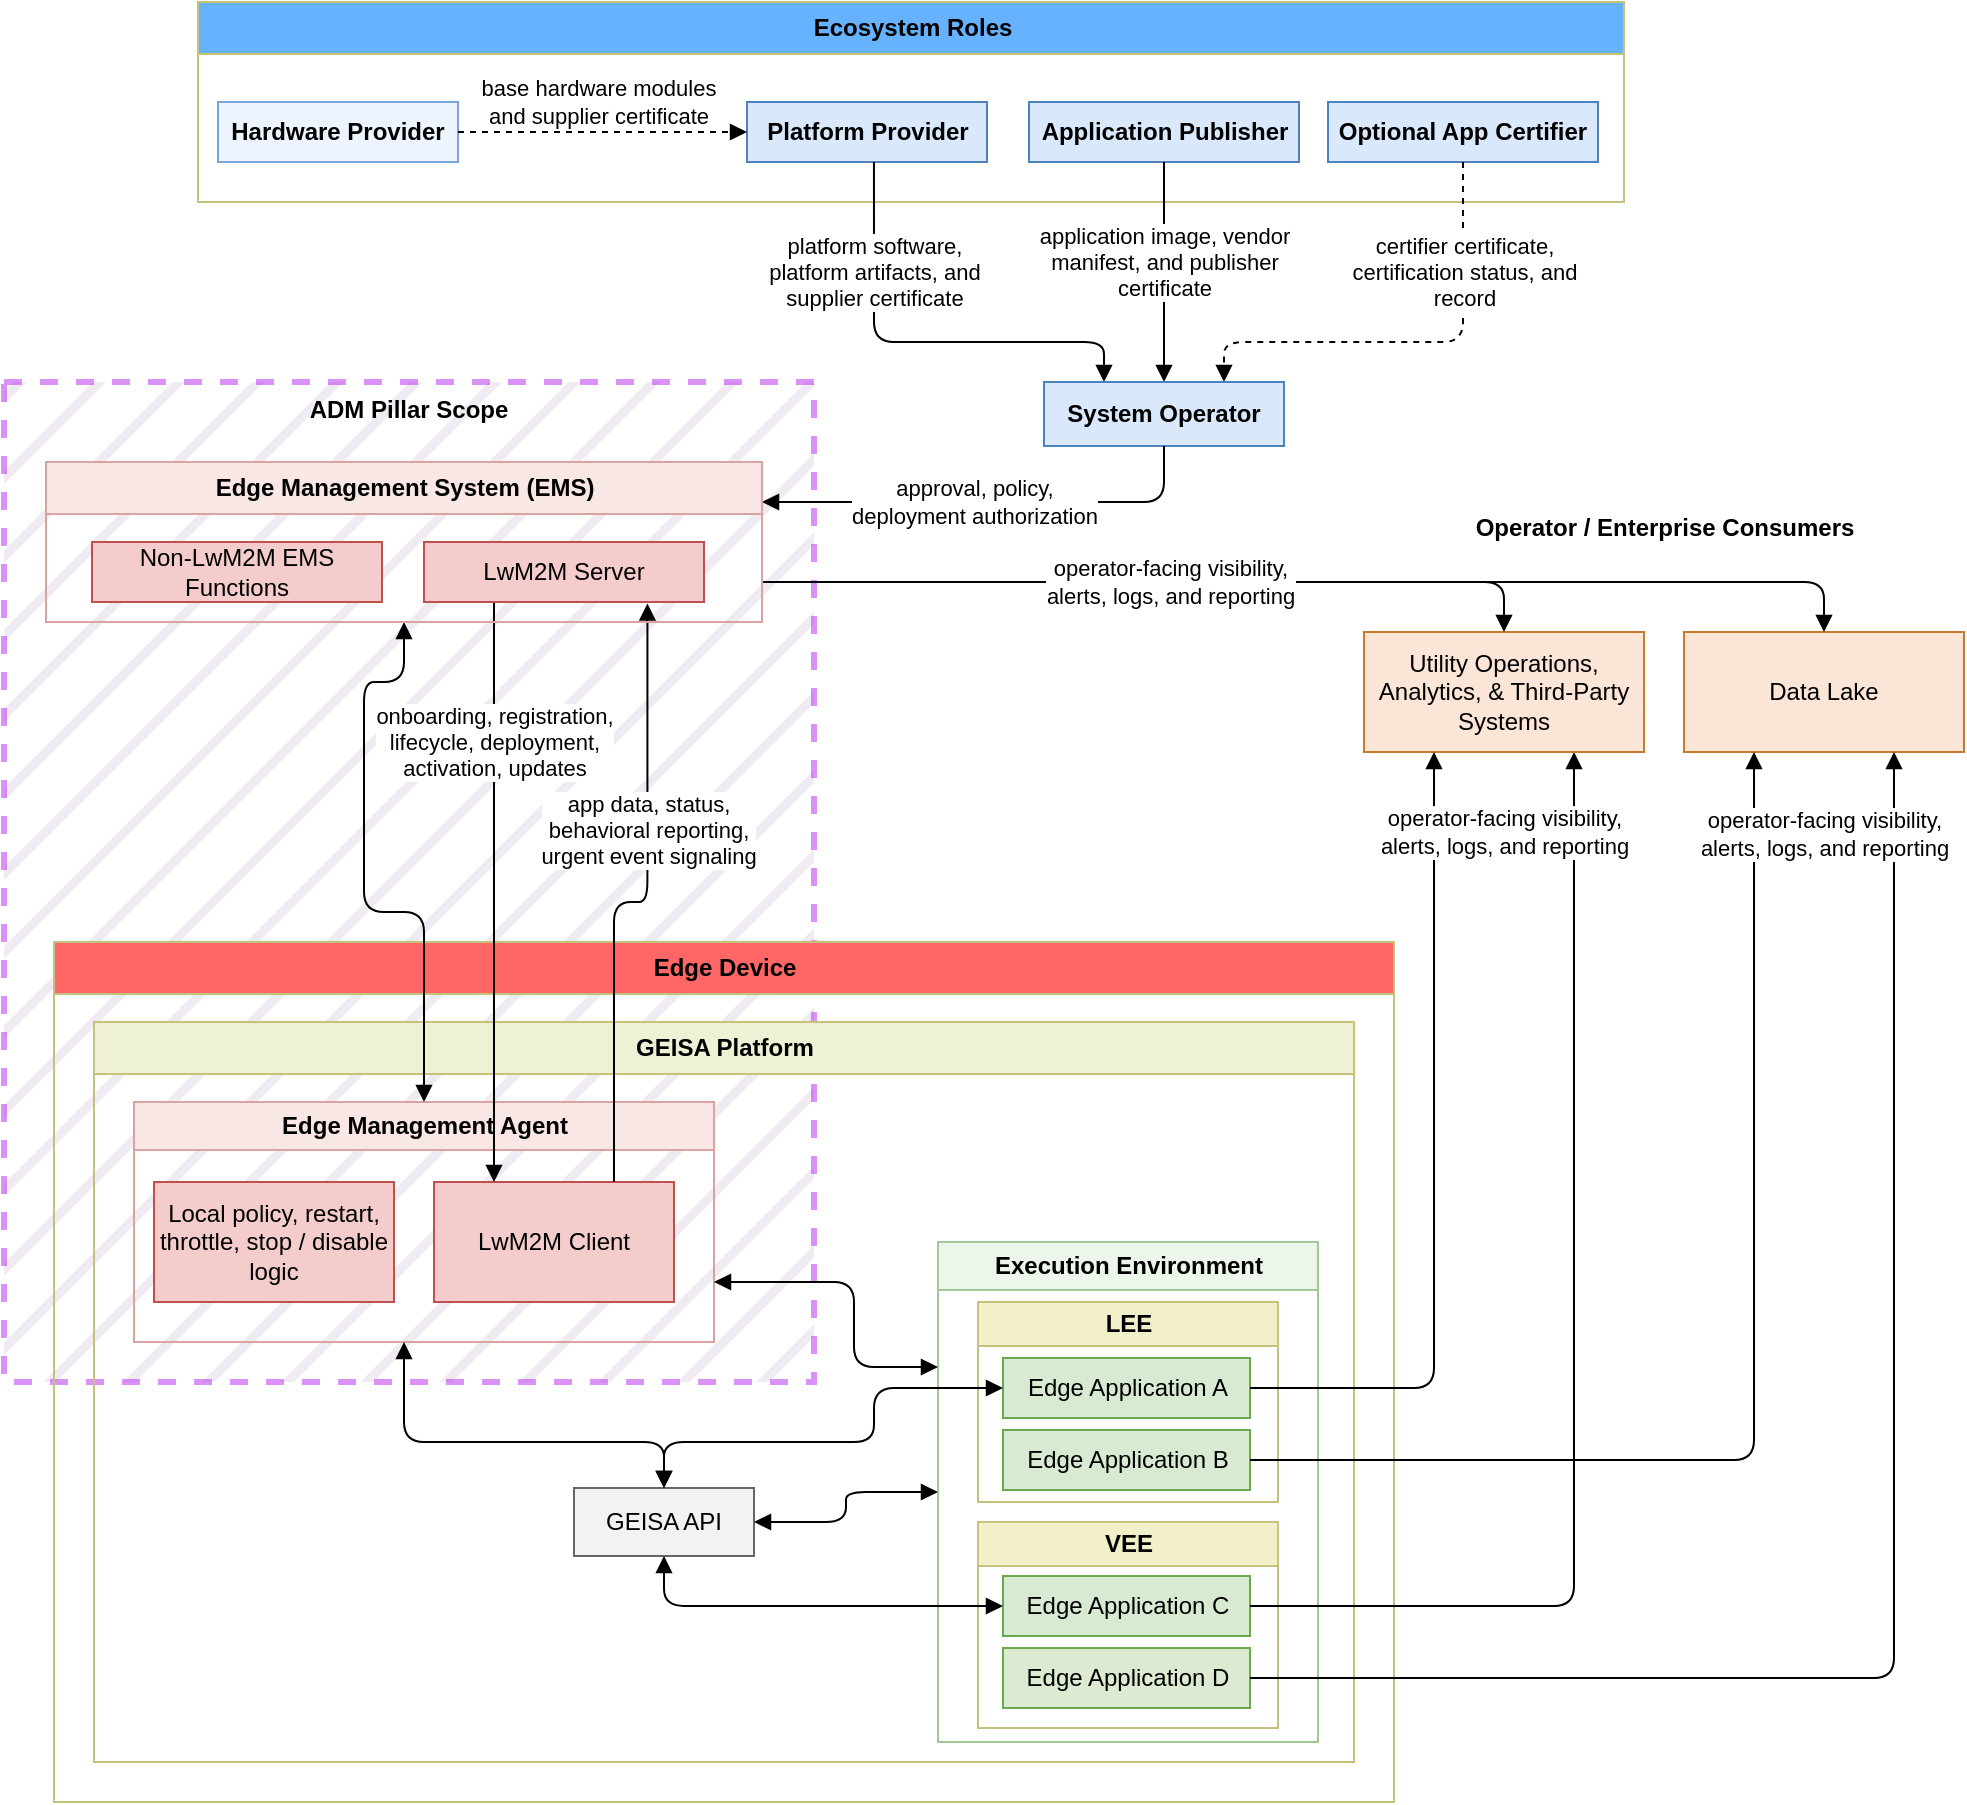
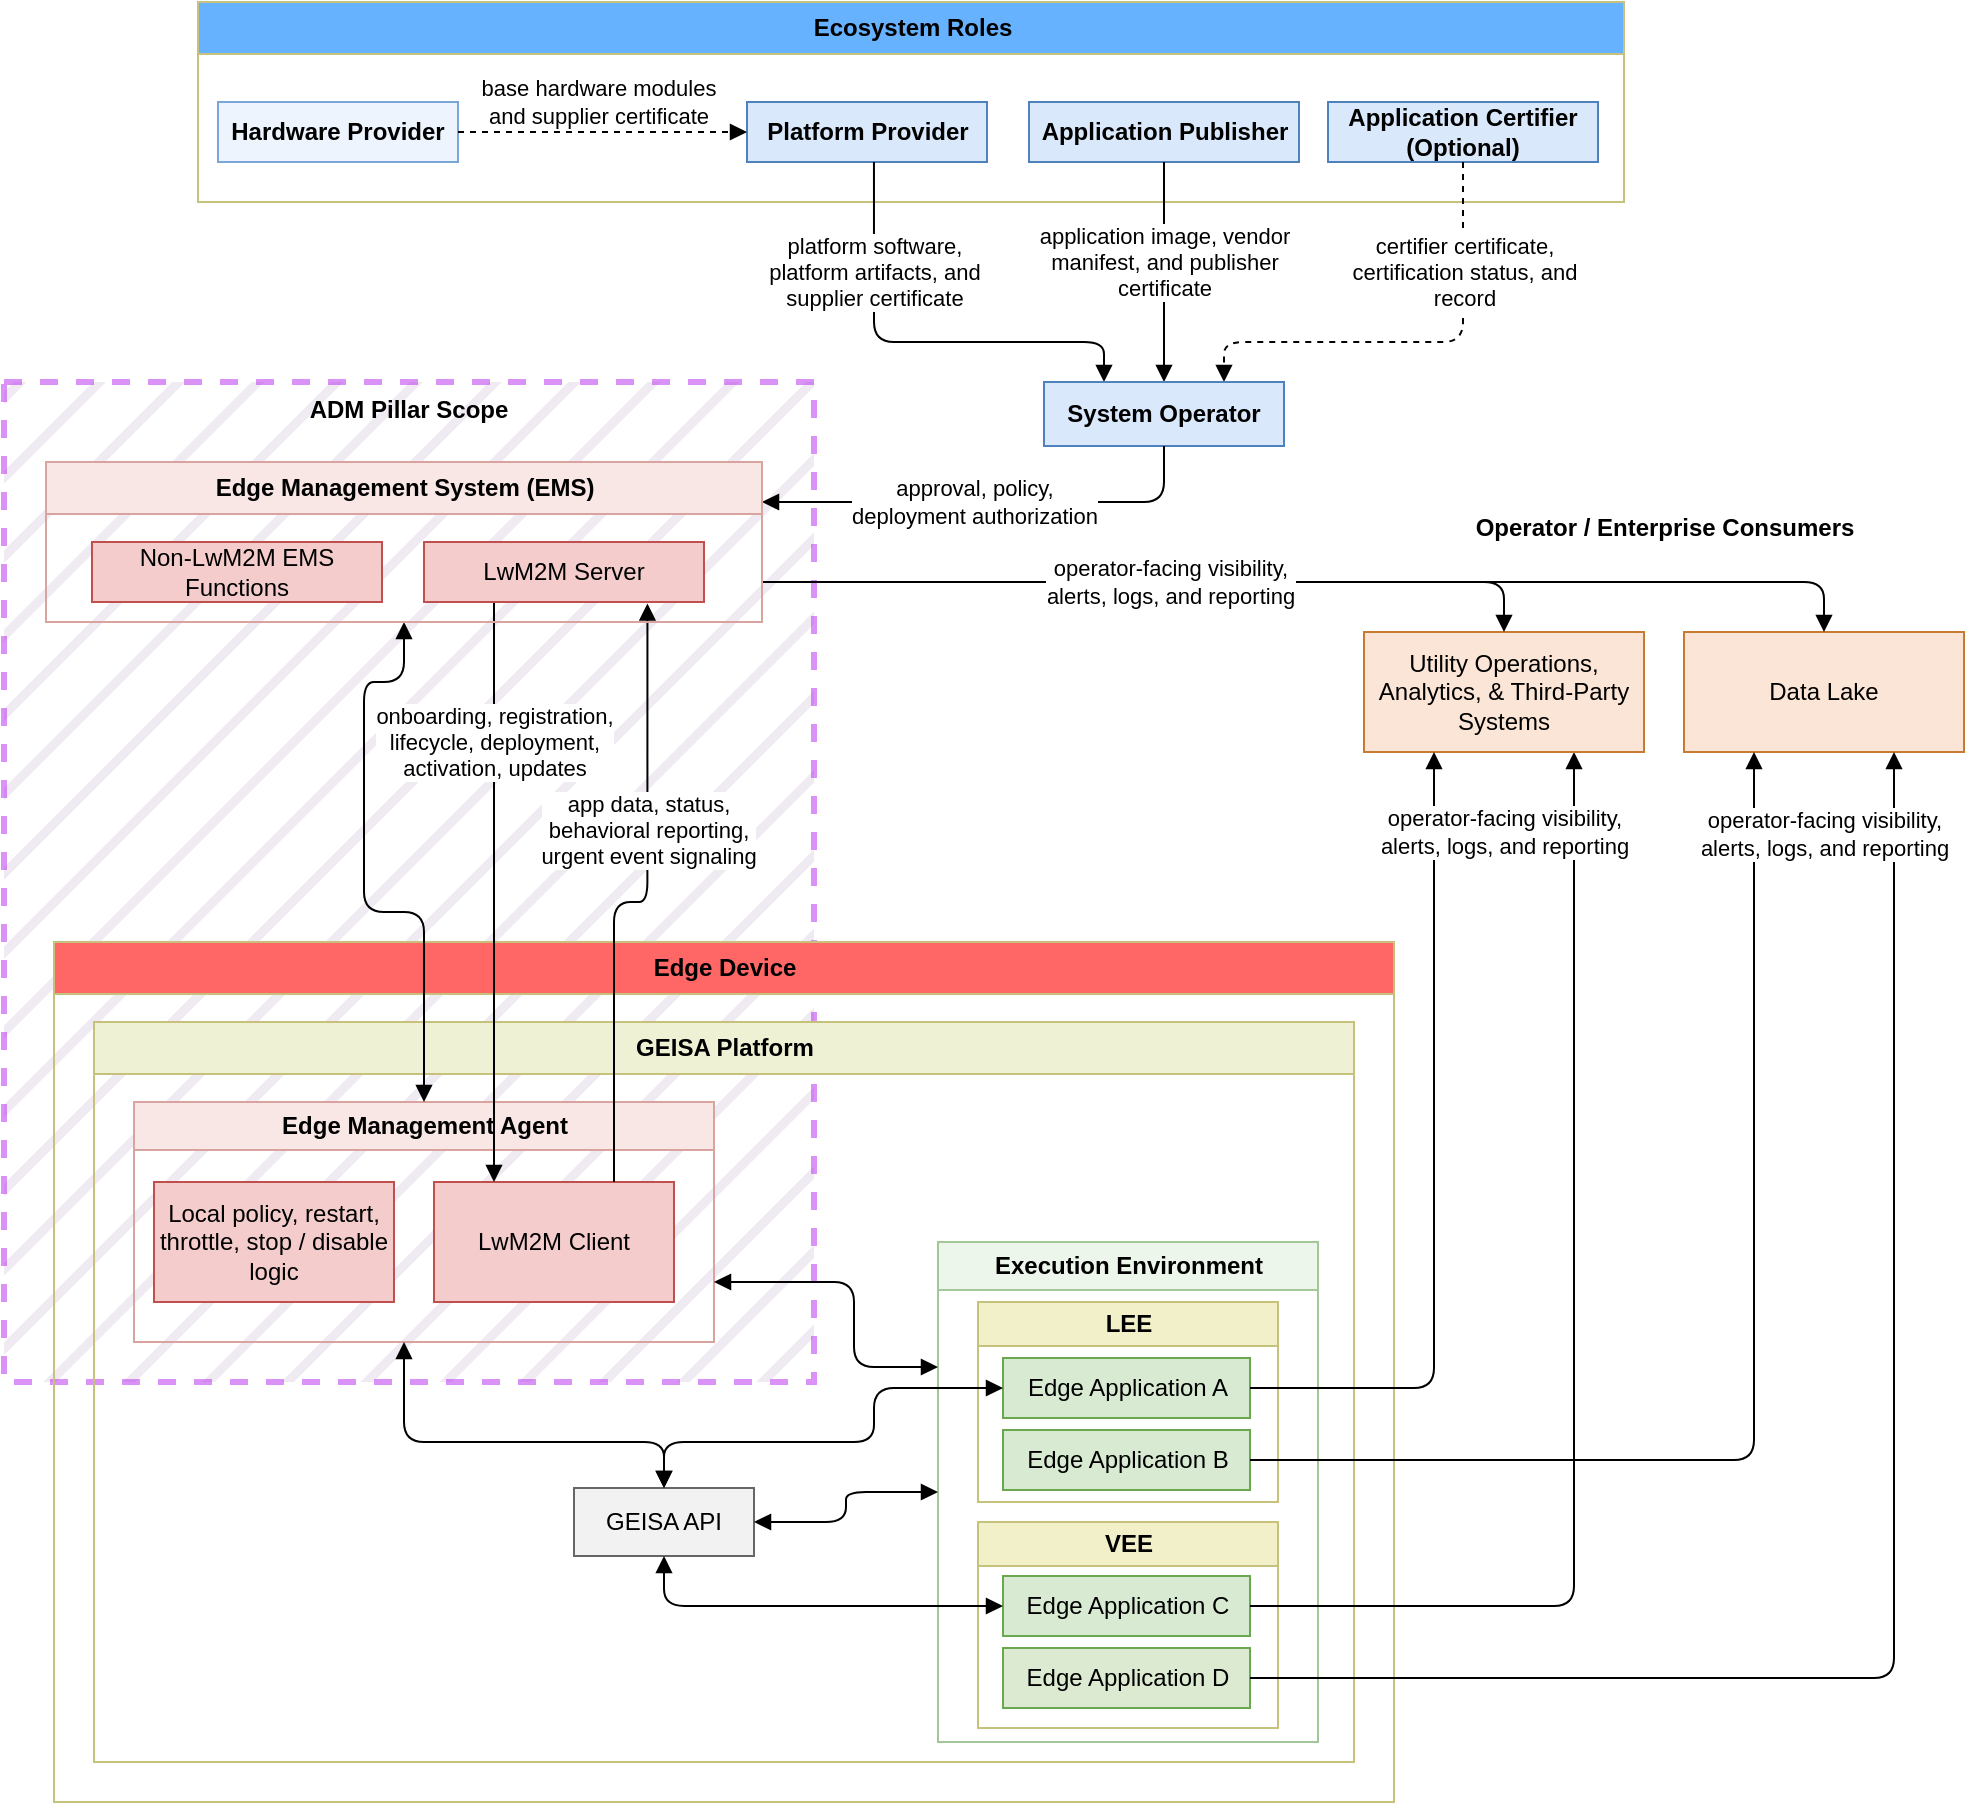
<mxfile host="Electron" agent="Mozilla/5.0 (Macintosh; Intel Mac OS X 10_15_7) AppleWebKit/537.36 (KHTML, like Gecko) draw.io/29.6.6 Chrome/144.0.7559.236 Electron/40.8.4 Safari/537.36" compressed="false">
  <diagram id="page1" name="Page-1">
    <mxGraphModel dx="1437" dy="1018" grid="1" gridSize="5" guides="1" tooltips="1" connect="1" arrows="1" fold="1" page="1" pageScale="1" pageWidth="1400" pageHeight="1100" math="0" shadow="0">
      <root>
        <mxCell id="0" />
        <mxCell id="1" parent="0" />
        <mxCell id="9J2NFKlXrdA1CGceVkTa-1" parent="1" style="rounded=0;whiteSpace=wrap;html=1;fillColor=#e1d5e7;strokeColor=light-dark(#b826ed, #ededed);verticalAlign=top;opacity=50;dashed=1;strokeWidth=3;fillStyle=hatch;" value="&lt;b&gt;ADM Pillar Scope&lt;/b&gt;" vertex="1">
          <mxGeometry height="500" width="405" x="45" y="260" as="geometry" />
        </mxCell>
        <mxCell id="supply" parent="1" style="swimlane;html=1;rounded=0;startSize=26;fillColor=#66B2FF;strokeColor=#c7c27b;fontStyle=1;" value="Ecosystem Roles" vertex="1">
          <mxGeometry height="100" width="713" x="142" y="70" as="geometry" />
        </mxCell>
        <mxCell id="hp" parent="supply" style="rounded=0;whiteSpace=wrap;html=1;fillColor=#edf4fd;strokeColor=#7aa6d8;fontStyle=1;" value="Hardware Provider" vertex="1">
          <mxGeometry height="30" width="120" x="10" y="50" as="geometry" />
        </mxCell>
        <mxCell id="ap" parent="supply" style="rounded=0;whiteSpace=wrap;html=1;fillColor=#d9e8fb;strokeColor=#4f81bd;fontStyle=1;" value="Application Publisher" vertex="1">
          <mxGeometry height="30" width="135" x="415.5" y="50" as="geometry" />
        </mxCell>
        <mxCell id="pp" parent="supply" style="rounded=0;whiteSpace=wrap;html=1;fillColor=#d9e8fb;strokeColor=#4f81bd;fontStyle=1;" value="Platform Provider" vertex="1">
          <mxGeometry height="30" width="120" x="274.5" y="50" as="geometry" />
        </mxCell>
-         <mxCell id="ac" parent="supply" style="rounded=0;whiteSpace=wrap;html=1;fillColor=#d9e8fb;strokeColor=#4f81bd;fontStyle=1;" value="Optional App Certifier" vertex="1">
+         <mxCell id="ac" parent="supply" style="rounded=0;whiteSpace=wrap;html=1;fillColor=#d9e8fb;strokeColor=#4f81bd;fontStyle=1;" value="Application Certifier&lt;div&gt;(&lt;span style=&quot;background-color: transparent; color: light-dark(rgb(0, 0, 0), rgb(255, 255, 255));&quot;&gt;Optional&lt;/span&gt;&lt;span style=&quot;background-color: transparent; color: light-dark(rgb(0, 0, 0), rgb(255, 255, 255));&quot;&gt;)&lt;/span&gt;&lt;/div&gt;" vertex="1">
          <mxGeometry height="30" width="135" x="565" y="50" as="geometry" />
        </mxCell>
        <mxCell id="e1" edge="1" parent="supply" source="hp" style="edgeStyle=orthogonalEdgeStyle;rounded=1;orthogonalLoop=1;jettySize=auto;html=1;dashed=1;endArrow=block;endFill=1;" target="pp" value="base hardware modules&#xa;and supplier certificate">
          <mxGeometry relative="1" x="-0.0378" y="15" as="geometry">
            <mxPoint as="offset" />
          </mxGeometry>
        </mxCell>
        <mxCell id="edge" parent="1" style="swimlane;html=1;rounded=0;startSize=26;fillColor=#FF6666;strokeColor=#c7c27b;fontStyle=1;" value="Edge Device" vertex="1">
          <mxGeometry height="430" width="670" x="70" y="540" as="geometry" />
        </mxCell>
        <mxCell id="platform" parent="edge" style="swimlane;html=1;rounded=0;startSize=26;fillColor=#eff1d4;strokeColor=#c7c27b;fontStyle=1;" value="GEISA Platform" vertex="1">
          <mxGeometry height="370" width="630" x="20" y="40" as="geometry" />
        </mxCell>
        <mxCell id="emabox" parent="platform" style="swimlane;html=1;rounded=0;startSize=24;fillColor=#f8e7e4;strokeColor=#d9a3a0;fontStyle=1;" value="Edge Management Agent" vertex="1">
          <mxGeometry height="120" width="290" x="20" y="40" as="geometry" />
        </mxCell>
        <mxCell id="gov" parent="emabox" style="rounded=0;whiteSpace=wrap;html=1;fillColor=#f4cccc;strokeColor=#c0504d;" value="Local policy, restart,&#xa;throttle, stop / disable&#xa;logic" vertex="1">
          <mxGeometry height="60" width="120" x="10" y="40" as="geometry" />
        </mxCell>
        <mxCell id="lwmc" parent="emabox" style="rounded=0;whiteSpace=wrap;html=1;fillColor=#f4cccc;strokeColor=#c0504d;points=[[0,0,0,0,0],[0,0.25,0,0,0],[0,0.5,0,0,0],[0,0.75,0,0,0],[0,1,0,0,0],[0.25,0,0,0,0],[0.25,1,0,0,0],[0.5,0,0,0,0],[0.5,1,0,0,0],[0.75,0,0,0,0],[0.75,1,0,0,0],[1,0,0,0,0],[1,0.1,0,0,0],[1,0.25,0,0,0],[1,0.4,0,0,0],[1,0.55,0,0,0],[1,0.7,0,0,0],[1,0.85,0,0,0],[1,1,0,0,0]];" value="LwM2M Client" vertex="1">
          <mxGeometry height="60" width="120" x="150" y="40" as="geometry" />
        </mxCell>
        <mxCell id="OCb3Kikvp9HP05hyJ-Op-2" edge="1" parent="emabox" source="lwmc" style="edgeStyle=orthogonalEdgeStyle;rounded=0;orthogonalLoop=1;jettySize=auto;html=1;exitX=0.5;exitY=1;exitDx=0;exitDy=0;" target="lwmc">
          <mxGeometry relative="1" as="geometry" />
        </mxCell>
        <mxCell id="ee" parent="platform" style="swimlane;html=1;rounded=0;startSize=24;fillColor=#edf6ea;strokeColor=#a4c79a;fontStyle=1;" value="Execution Environment" vertex="1">
          <mxGeometry height="250" width="190" x="422" y="110" as="geometry" />
        </mxCell>
        <mxCell id="leebox" parent="ee" style="swimlane;html=1;rounded=0;startSize=22;fillColor=#f2f0c8;strokeColor=#c7c27b;fontStyle=1;" value="LEE" vertex="1">
          <mxGeometry height="100" width="150" x="20" y="30" as="geometry" />
        </mxCell>
        <mxCell id="appl" parent="leebox" style="rounded=0;whiteSpace=wrap;html=1;fillColor=#d9ead3;strokeColor=#6aa84f;" value="Edge Application A" vertex="1">
          <mxGeometry height="30" width="123.5" x="12.5" y="28" as="geometry" />
        </mxCell>
        <mxCell id="OCb3Kikvp9HP05hyJ-Op-4" parent="leebox" style="rounded=0;whiteSpace=wrap;html=1;fillColor=#d9ead3;strokeColor=#6aa84f;" value="Edge Application B" vertex="1">
          <mxGeometry height="30" width="123.5" x="12.5" y="64" as="geometry" />
        </mxCell>
        <mxCell id="veebox" parent="ee" style="swimlane;html=1;rounded=0;startSize=22;fillColor=#f2f0c8;strokeColor=#c7c27b;fontStyle=1;" value="VEE" vertex="1">
          <mxGeometry height="103" width="150" x="20" y="140" as="geometry" />
        </mxCell>
        <mxCell id="appv" parent="veebox" style="rounded=0;whiteSpace=wrap;html=1;fillColor=#d9ead3;strokeColor=#6aa84f;" value="Edge Application C" vertex="1">
          <mxGeometry height="30" width="123.5" x="12.5" y="27" as="geometry" />
        </mxCell>
        <mxCell id="OCb3Kikvp9HP05hyJ-Op-3" parent="veebox" style="rounded=0;whiteSpace=wrap;html=1;fillColor=#DCEAD2;strokeColor=#6aa84f;" value="Edge Application D" vertex="1">
          <mxGeometry height="30" width="123.5" x="12.5" y="63" as="geometry" />
        </mxCell>
        <mxCell id="api" parent="platform" style="rounded=0;whiteSpace=wrap;html=1;fillColor=#f2f2f2;strokeColor=#666666;" value="GEISA API" vertex="1">
          <mxGeometry height="34" width="90" x="240" y="233" as="geometry" />
        </mxCell>
        <mxCell id="e9" edge="1" parent="platform" source="emabox" style="edgeStyle=orthogonalEdgeStyle;rounded=1;orthogonalLoop=1;jettySize=auto;html=1;startArrow=block;startFill=1;endArrow=block;endFill=1;" target="api" value="">
          <mxGeometry relative="1" as="geometry">
            <Array as="points">
              <mxPoint x="155" y="210" />
              <mxPoint x="285" y="210" />
            </Array>
          </mxGeometry>
        </mxCell>
        <mxCell id="e10" edge="1" parent="platform" source="emabox" style="edgeStyle=orthogonalEdgeStyle;rounded=1;orthogonalLoop=1;jettySize=auto;html=1;startArrow=block;startFill=1;endArrow=block;endFill=1;entryX=0;entryY=0.25;entryDx=0;entryDy=0;exitX=1;exitY=0.75;exitDx=0;exitDy=0;" target="ee" value="">
          <mxGeometry relative="1" as="geometry">
            <Array as="points">
              <mxPoint x="380" y="130" />
              <mxPoint x="380" y="173" />
            </Array>
            <mxPoint x="340" y="130" as="sourcePoint" />
          </mxGeometry>
        </mxCell>
        <mxCell id="e11" edge="1" parent="platform" source="api" style="edgeStyle=orthogonalEdgeStyle;rounded=1;orthogonalLoop=1;jettySize=auto;html=1;startArrow=block;startFill=1;endArrow=block;endFill=1;" target="ee" value="">
          <mxGeometry relative="1" as="geometry" />
        </mxCell>
        <mxCell id="e12" edge="1" parent="platform" source="appl" style="edgeStyle=orthogonalEdgeStyle;rounded=1;orthogonalLoop=1;jettySize=auto;html=1;startArrow=block;startFill=1;endArrow=block;endFill=1;exitX=0;exitY=0.5;exitDx=0;exitDy=0;" target="api" value="">
          <mxGeometry relative="1" as="geometry">
            <Array as="points">
              <mxPoint x="390" y="183" />
              <mxPoint x="390" y="210" />
              <mxPoint x="285" y="210" />
            </Array>
            <mxPoint x="450" y="185" as="sourcePoint" />
          </mxGeometry>
        </mxCell>
        <mxCell id="e13" edge="1" parent="platform" source="appv" style="edgeStyle=orthogonalEdgeStyle;rounded=1;orthogonalLoop=1;jettySize=auto;html=1;startArrow=block;startFill=1;endArrow=block;endFill=1;" target="api" value="">
          <mxGeometry relative="1" as="geometry" />
        </mxCell>
        <mxCell id="consumersLabel" parent="1" style="text;html=1;strokeColor=none;fillColor=none;align=center;verticalAlign=middle;fontStyle=1;" value="Operator / Enterprise Consumers" vertex="1">
          <mxGeometry height="25" width="300" x="725" y="320" as="geometry" />
        </mxCell>
        <mxCell id="dl" parent="1" style="rounded=0;whiteSpace=wrap;html=1;fillColor=#fbe5d6;strokeColor=#c77b30;" value="Data Lake" vertex="1">
          <mxGeometry height="60" width="140" x="885" y="385" as="geometry" />
        </mxCell>
        <mxCell id="e2" edge="1" parent="1" source="pp" style="edgeStyle=orthogonalEdgeStyle;rounded=1;orthogonalLoop=1;jettySize=auto;html=1;endArrow=block;endFill=1;exitX=0.529;exitY=1;exitDx=0;exitDy=0;exitPerimeter=0;entryX=0.25;entryY=0;entryDx=0;entryDy=0;" target="so" value="platform software,&#xa;platform artifacts, and&#xa;supplier certificate">
          <mxGeometry relative="1" x="-0.5111" as="geometry">
            <mxPoint as="offset" />
            <Array as="points">
              <mxPoint x="480" y="240" />
              <mxPoint x="595" y="240" />
            </Array>
          </mxGeometry>
        </mxCell>
        <mxCell id="e3" edge="1" parent="1" source="ap" style="edgeStyle=orthogonalEdgeStyle;rounded=1;orthogonalLoop=1;jettySize=auto;html=1;endArrow=block;endFill=1;exitX=0.5;exitY=1;exitDx=0;exitDy=0;entryX=0.5;entryY=0;entryDx=0;entryDy=0;" target="so" value="application image, vendor&#xa;manifest, and publisher&#xa;certificate">
          <mxGeometry relative="1" x="-0.0913" as="geometry">
            <mxPoint as="offset" />
            <Array as="points">
              <mxPoint x="625" y="260" />
            </Array>
          </mxGeometry>
        </mxCell>
        <mxCell id="e6" edge="1" parent="1" source="emswrap" style="edgeStyle=orthogonalEdgeStyle;rounded=1;orthogonalLoop=1;jettySize=auto;html=1;startArrow=block;startFill=1;endArrow=block;endFill=1;entryX=0.5;entryY=0;entryDx=0;entryDy=0;exitX=0.5;exitY=1;exitDx=0;exitDy=0;" target="emabox" value="">
          <mxGeometry relative="1" as="geometry">
            <Array as="points">
              <mxPoint x="245" y="410" />
              <mxPoint x="225" y="410" />
              <mxPoint x="225" y="525" />
              <mxPoint x="255" y="525" />
            </Array>
            <mxPoint x="215" y="390" as="sourcePoint" />
          </mxGeometry>
        </mxCell>
        <mxCell id="e8" edge="1" parent="1" source="lwmc" style="edgeStyle=orthogonalEdgeStyle;rounded=1;orthogonalLoop=1;jettySize=auto;html=1;endArrow=block;endFill=1;exitX=0.75;exitY=0;exitDx=0;exitDy=0;exitPerimeter=0;entryX=0.798;entryY=1.025;entryDx=0;entryDy=0;entryPerimeter=0;" target="lwms" value="app data, status,&#xa;behavioral reporting,&#xa;urgent event signaling">
          <mxGeometry relative="1" x="0.2629" as="geometry">
            <mxPoint as="offset" />
            <Array as="points">
              <mxPoint x="350" y="520" />
              <mxPoint x="367" y="520" />
            </Array>
            <mxPoint x="370" y="670" as="sourcePoint" />
          </mxGeometry>
        </mxCell>
        <mxCell id="e16" edge="1" parent="1" source="appv" style="edgeStyle=orthogonalEdgeStyle;rounded=1;orthogonalLoop=1;jettySize=auto;html=1;endArrow=block;endFill=1;exitX=1;exitY=0.5;exitDx=0;exitDy=0;entryX=0.75;entryY=1;entryDx=0;entryDy=0;" target="uops" value="">
          <mxGeometry relative="1" x="-0.4926" y="2" as="geometry">
            <mxPoint as="offset" />
            <mxPoint x="723.0000000000002" y="882" as="sourcePoint" />
            <mxPoint x="885" y="455" as="targetPoint" />
          </mxGeometry>
        </mxCell>
        <mxCell id="e18" edge="1" parent="1" source="OCb3Kikvp9HP05hyJ-Op-4" style="edgeStyle=orthogonalEdgeStyle;rounded=1;orthogonalLoop=1;jettySize=auto;html=1;endArrow=block;endFill=1;exitX=1;exitY=0.5;exitDx=0;exitDy=0;entryX=0.25;entryY=1;entryDx=0;entryDy=0;" target="dl" value="">
          <mxGeometry relative="1" x="-0.4644" as="geometry">
            <mxPoint as="offset" />
            <Array as="points">
              <mxPoint x="920" y="799" />
            </Array>
            <mxPoint x="660" y="768" as="sourcePoint" />
          </mxGeometry>
        </mxCell>
        <mxCell id="e19" edge="1" parent="1" source="OCb3Kikvp9HP05hyJ-Op-3" style="edgeStyle=orthogonalEdgeStyle;rounded=1;orthogonalLoop=1;jettySize=auto;html=1;endArrow=block;endFill=1;exitX=1;exitY=0.5;exitDx=0;exitDy=0;entryX=0.75;entryY=1;entryDx=0;entryDy=0;" target="dl" value=" ">
          <mxGeometry relative="1" as="geometry">
            <Array as="points">
              <mxPoint x="990" y="908" />
            </Array>
            <mxPoint x="662" y="887" as="sourcePoint" />
            <mxPoint x="1040" y="430" as="targetPoint" />
          </mxGeometry>
        </mxCell>
        <mxCell id="NJpEaeESbuw3zEwBbxiB-3" connectable="0" parent="e19" style="edgeLabel;html=1;align=center;verticalAlign=middle;resizable=0;points=[];" value="operator-facing visibility,&lt;br&gt;alerts, logs, and reporting" vertex="1">
          <mxGeometry relative="1" x="0.3494" y="-3" as="geometry">
            <mxPoint x="-38" y="-215" as="offset" />
          </mxGeometry>
        </mxCell>
        <mxCell id="e4" edge="1" parent="1" source="ac" style="edgeStyle=orthogonalEdgeStyle;rounded=1;orthogonalLoop=1;jettySize=auto;html=1;dashed=1;endArrow=block;endFill=1;exitX=0.5;exitY=1;exitDx=0;exitDy=0;entryX=0.75;entryY=0;entryDx=0;entryDy=0;" target="so" value="certifier certificate,&#xa;certification status, and&#xa;record">
          <mxGeometry relative="1" x="-0.5206" as="geometry">
            <mxPoint as="offset" />
            <Array as="points">
              <mxPoint x="775" y="240" />
              <mxPoint x="655" y="240" />
            </Array>
            <mxPoint x="802.5" y="164" as="sourcePoint" />
            <mxPoint x="340" y="290" as="targetPoint" />
          </mxGeometry>
        </mxCell>
        <mxCell id="so" parent="1" style="rounded=0;whiteSpace=wrap;html=1;fillColor=#d9e8fb;strokeColor=#4f81bd;fontStyle=1;" value="System Operator" vertex="1">
          <mxGeometry height="32" width="120" x="565" y="260" as="geometry" />
        </mxCell>
        <mxCell id="e5" edge="1" parent="1" source="so" style="edgeStyle=orthogonalEdgeStyle;rounded=1;orthogonalLoop=1;jettySize=auto;html=1;endArrow=block;endFill=1;exitX=0.5;exitY=1;exitDx=0;exitDy=0;entryX=1;entryY=0.25;entryDx=0;entryDy=0;" target="emswrap" value="approval, policy,&#xa;deployment authorization">
          <mxGeometry relative="1" x="0.0744" as="geometry">
            <mxPoint as="offset" />
            <Array as="points">
              <mxPoint x="625" y="320" />
            </Array>
            <mxPoint x="325" y="410" as="targetPoint" />
          </mxGeometry>
        </mxCell>
        <mxCell id="e7" edge="1" parent="1" source="lwms" style="edgeStyle=orthogonalEdgeStyle;rounded=1;orthogonalLoop=1;jettySize=auto;html=1;endArrow=block;endFill=1;entryX=0.25;entryY=0;entryDx=0;entryDy=0;entryPerimeter=0;exitX=0.25;exitY=1;exitDx=0;exitDy=0;" target="lwmc" value="onboarding, registration,&#xa;lifecycle, deployment,&#xa;activation, updates">
          <mxGeometry relative="1" x="-0.5172" as="geometry">
            <mxPoint as="offset" />
            <Array as="points">
              <mxPoint x="290" y="410" />
              <mxPoint x="290" y="410" />
            </Array>
            <mxPoint x="290" y="395" as="sourcePoint" />
            <mxPoint x="287.78" y="664.63" as="targetPoint" />
          </mxGeometry>
        </mxCell>
        <mxCell id="uops" parent="1" style="rounded=0;whiteSpace=wrap;html=1;fillColor=#fbe5d6;strokeColor=#c77b30;" value="Utility Operations,&lt;br&gt;Analytics, &amp;amp; Third-Party&lt;br&gt;Systems" vertex="1">
          <mxGeometry height="60" width="140" x="725" y="385" as="geometry" />
        </mxCell>
        <mxCell id="e15" edge="1" parent="1" source="appl" style="edgeStyle=orthogonalEdgeStyle;rounded=1;orthogonalLoop=1;jettySize=auto;html=1;endArrow=block;endFill=1;entryX=0.25;entryY=1;entryDx=0;entryDy=0;exitX=1;exitY=0.5;exitDx=0;exitDy=0;" target="uops" value="">
          <mxGeometry relative="1" x="0.0011" as="geometry">
            <mxPoint as="offset" />
            <Array as="points">
              <mxPoint x="760" y="763" />
            </Array>
            <mxPoint x="662" y="763" as="sourcePoint" />
          </mxGeometry>
        </mxCell>
        <mxCell id="NJpEaeESbuw3zEwBbxiB-2" connectable="0" parent="e15" style="edgeLabel;html=1;align=center;verticalAlign=middle;resizable=0;points=[];" value="operator-facing visibility,&lt;br&gt;alerts, logs, and reporting" vertex="1">
          <mxGeometry relative="1" x="0.298" y="-4" as="geometry">
            <mxPoint x="31" y="-104" as="offset" />
          </mxGeometry>
        </mxCell>
        <mxCell id="NJpEaeESbuw3zEwBbxiB-6" edge="1" parent="1" source="emswrap" style="edgeStyle=orthogonalEdgeStyle;rounded=1;orthogonalLoop=1;jettySize=auto;html=1;endArrow=block;endFill=1;entryX=0.5;entryY=0;entryDx=0;entryDy=0;exitX=1;exitY=0.75;exitDx=0;exitDy=0;" target="dl" value="">
          <mxGeometry relative="1" x="0.0272" as="geometry">
            <mxPoint as="offset" />
            <Array as="points">
              <mxPoint x="955" y="360" />
            </Array>
            <mxPoint x="470" y="380" as="sourcePoint" />
            <mxPoint x="800" y="390" as="targetPoint" />
          </mxGeometry>
        </mxCell>
        <mxCell id="e17" edge="1" parent="1" source="emswrap" style="edgeStyle=orthogonalEdgeStyle;rounded=1;orthogonalLoop=1;jettySize=auto;html=1;endArrow=block;endFill=1;entryX=0.5;entryY=0;entryDx=0;entryDy=0;exitX=1;exitY=0.75;exitDx=0;exitDy=0;" target="uops" value="operator-facing visibility,&#xa;alerts, logs, and reporting">
          <mxGeometry relative="1" x="0.0272" as="geometry">
            <mxPoint as="offset" />
            <Array as="points">
              <mxPoint x="795" y="360" />
            </Array>
            <mxPoint x="450" y="345" as="sourcePoint" />
          </mxGeometry>
        </mxCell>
        <mxCell id="emswrap" parent="1" style="swimlane;html=1;rounded=0;startSize=26;fillColor=#f8e7e4;strokeColor=#d9a3a0;fontStyle=1;" value="Edge Management System (EMS)" vertex="1">
          <mxGeometry height="80" width="358" x="66" y="300" as="geometry" />
        </mxCell>
        <mxCell id="lwms" parent="emswrap" style="rounded=0;whiteSpace=wrap;html=1;fillColor=#f4cccc;strokeColor=#c0504d;" value="LwM2M Server" vertex="1">
          <mxGeometry height="30" width="140" x="189" y="40" as="geometry" />
        </mxCell>
        <mxCell id="emsf" parent="emswrap" style="rounded=0;whiteSpace=wrap;html=1;fillColor=#f4cccc;strokeColor=#c0504d;" value="Non-LwM2M EMS Functions" vertex="1">
          <mxGeometry height="30" width="145" x="23" y="40" as="geometry" />
        </mxCell>
      </root>
    </mxGraphModel>
  </diagram>
</mxfile>
